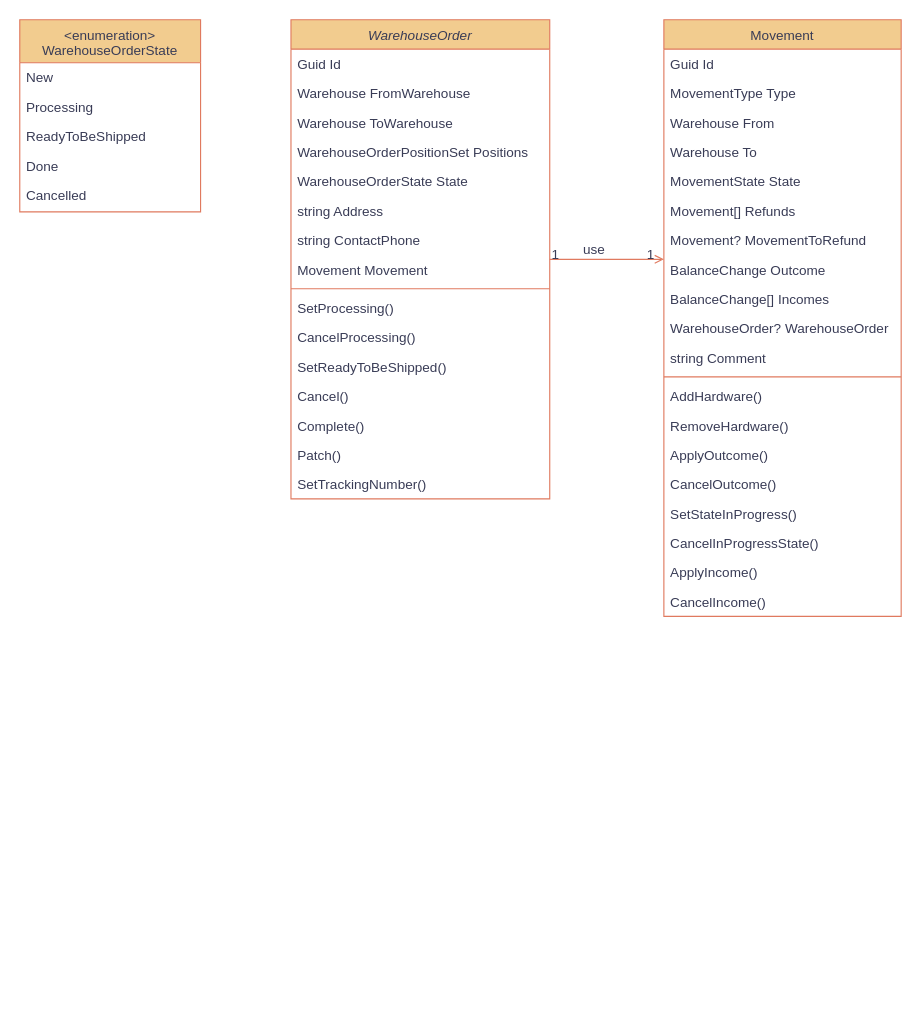
Above: Диаграмма без названия.drawio in Kostey2204/GpsApp (draw.io), before the change. Source tidied: cells renumbered, new cells numbered last; positions are measured from the earlier drawing's top-left corner, leaving out a move shared by most shapes. Both pictures are drawn from the tidied source at 113%, with x=0, y=0 at pixel (19, 19).
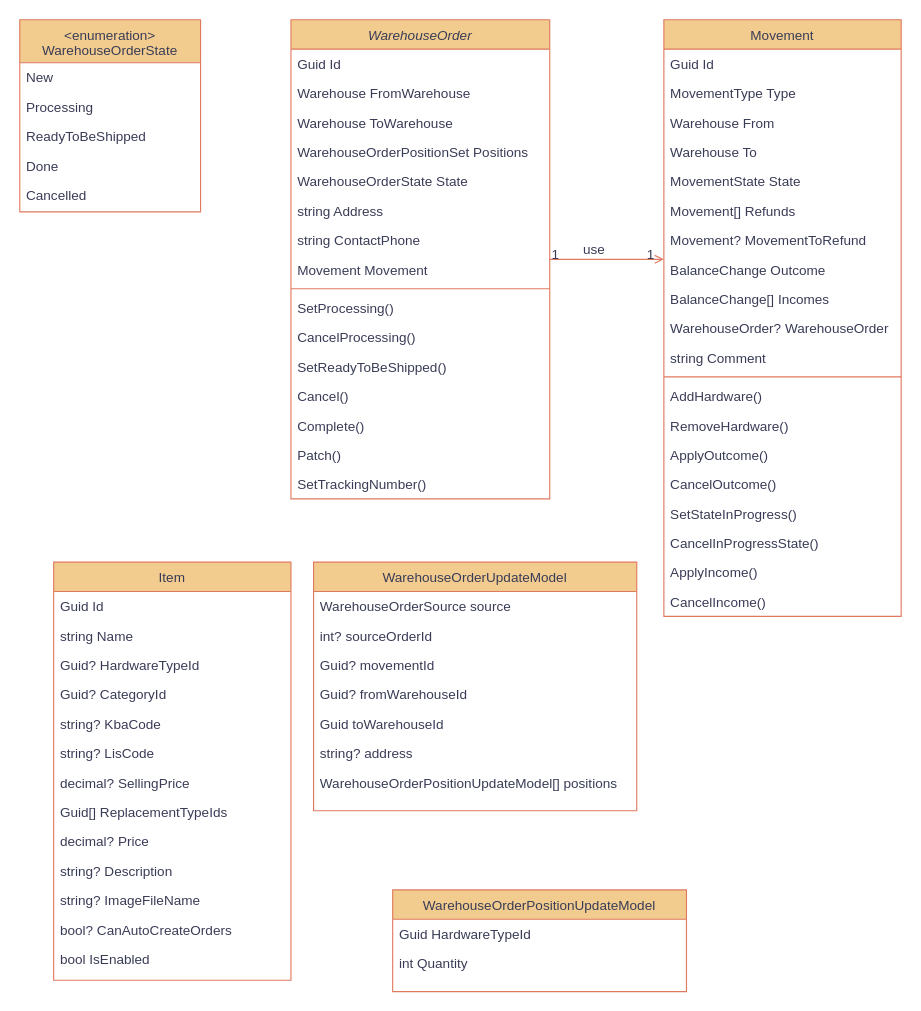
The same page after the edit.

Diff of the diagram source:
```diff
@@
+    <mxCell id="50" value="Item" style="swimlane;fontStyle=0;align=center;verticalAlign=top;horizontal=1;startSize=26;rounded=0;shadow=0;strokeWidth=1;labelBackgroundColor=none;fillColor=#F2CC8F;strokeColor=#E07A5F;fontColor=#393C56;" parent="1" vertex="1">
+      <mxGeometry x="30" y="480" width="210" height="370" as="geometry" />
+    </mxCell>
+    <mxCell id="51" value="Guid Id" style="text;align=left;verticalAlign=top;spacingLeft=4;spacingRight=4;overflow=hidden;labelBackgroundColor=none;fontColor=#393C56;" parent="50" vertex="1">
+      <mxGeometry y="26" width="210" height="26" as="geometry" />
+    </mxCell>
+    <mxCell id="52" value="string Name" style="text;align=left;verticalAlign=top;spacingLeft=4;spacingRight=4;overflow=hidden;rounded=0;shadow=0;html=0;labelBackgroundColor=none;fontColor=#393C56;" parent="50" vertex="1">
+      <mxGeometry y="52" width="210" height="26" as="geometry" />
+    </mxCell>
+    <mxCell id="53" value="Guid? HardwareTypeId" style="text;align=left;verticalAlign=top;spacingLeft=4;spacingRight=4;overflow=hidden;rounded=0;shadow=0;html=0;labelBackgroundColor=none;fontColor=#393C56;" parent="50" vertex="1">
+      <mxGeometry y="78" width="210" height="26" as="geometry" />
+    </mxCell>
+    <mxCell id="54" value="Guid? CategoryId" style="text;align=left;verticalAlign=top;spacingLeft=4;spacingRight=4;overflow=hidden;rounded=0;shadow=0;html=0;labelBackgroundColor=none;fontColor=#393C56;" parent="50" vertex="1">
+      <mxGeometry y="104" width="210" height="26" as="geometry" />
+    </mxCell>
+    <mxCell id="55" value="string? KbaCode" style="text;align=left;verticalAlign=top;spacingLeft=4;spacingRight=4;overflow=hidden;rounded=0;shadow=0;html=0;labelBackgroundColor=none;fontColor=#393C56;" parent="50" vertex="1">
+      <mxGeometry y="130" width="210" height="26" as="geometry" />
+    </mxCell>
+    <mxCell id="56" value="string? LisCode" style="text;align=left;verticalAlign=top;spacingLeft=4;spacingRight=4;overflow=hidden;rounded=0;shadow=0;html=0;labelBackgroundColor=none;fontColor=#393C56;" parent="50" vertex="1">
+      <mxGeometry y="156" width="210" height="26" as="geometry" />
+    </mxCell>
+    <mxCell id="57" value="decimal? SellingPrice" style="text;align=left;verticalAlign=top;spacingLeft=4;spacingRight=4;overflow=hidden;rounded=0;shadow=0;html=0;labelBackgroundColor=none;fontColor=#393C56;" parent="50" vertex="1">
+      <mxGeometry y="182" width="210" height="26" as="geometry" />
+    </mxCell>
+    <mxCell id="58" value="Guid[] ReplacementTypeIds" style="text;align=left;verticalAlign=top;spacingLeft=4;spacingRight=4;overflow=hidden;rounded=0;shadow=0;html=0;labelBackgroundColor=none;fontColor=#393C56;" parent="50" vertex="1">
+      <mxGeometry y="208" width="210" height="26" as="geometry" />
+    </mxCell>
+    <mxCell id="59" value="decimal? Price" style="text;align=left;verticalAlign=top;spacingLeft=4;spacingRight=4;overflow=hidden;rounded=0;shadow=0;html=0;labelBackgroundColor=none;fontColor=#393C56;" parent="50" vertex="1">
+      <mxGeometry y="234" width="210" height="26" as="geometry" />
+    </mxCell>
+    <mxCell id="60" value="string? Description" style="text;align=left;verticalAlign=top;spacingLeft=4;spacingRight=4;overflow=hidden;rounded=0;shadow=0;html=0;labelBackgroundColor=none;fontColor=#393C56;" parent="50" vertex="1">
+      <mxGeometry y="260" width="210" height="26" as="geometry" />
+    </mxCell>
+    <mxCell id="61" value="string? ImageFileName" style="text;align=left;verticalAlign=top;spacingLeft=4;spacingRight=4;overflow=hidden;rounded=0;shadow=0;html=0;labelBackgroundColor=none;fontColor=#393C56;" parent="50" vertex="1">
+      <mxGeometry y="286" width="210" height="26" as="geometry" />
+    </mxCell>
+    <mxCell id="62" value="bool? CanAutoCreateOrders" style="text;align=left;verticalAlign=top;spacingLeft=4;spacingRight=4;overflow=hidden;rounded=0;shadow=0;html=0;labelBackgroundColor=none;fontColor=#393C56;" parent="50" vertex="1">
+      <mxGeometry y="312" width="210" height="26" as="geometry" />
+    </mxCell>
+    <mxCell id="63" value="bool IsEnabled" style="text;align=left;verticalAlign=top;spacingLeft=4;spacingRight=4;overflow=hidden;rounded=0;shadow=0;html=0;labelBackgroundColor=none;fontColor=#393C56;" parent="50" vertex="1">
+      <mxGeometry y="338" width="210" height="26" as="geometry" />
+    </mxCell>
+    <mxCell id="64" value="WarehouseOrderUpdateModel" style="swimlane;fontStyle=0;align=center;verticalAlign=top;horizontal=1;startSize=26;rounded=0;shadow=0;strokeWidth=1;labelBackgroundColor=none;fillColor=#F2CC8F;strokeColor=#E07A5F;fontColor=#393C56;" parent="1" vertex="1">
+      <mxGeometry x="260" y="480" width="286" height="220" as="geometry" />
+    </mxCell>
+    <mxCell id="65" value="WarehouseOrderSource source" style="text;align=left;verticalAlign=top;spacingLeft=4;spacingRight=4;overflow=hidden;labelBackgroundColor=none;fontColor=#393C56;" parent="64" vertex="1">
+      <mxGeometry y="26" width="286" height="26" as="geometry" />
+    </mxCell>
+    <mxCell id="66" value="int? sourceOrderId" style="text;align=left;verticalAlign=top;spacingLeft=4;spacingRight=4;overflow=hidden;rounded=0;shadow=0;html=0;labelBackgroundColor=none;fontColor=#393C56;" parent="64" vertex="1">
+      <mxGeometry y="52" width="286" height="26" as="geometry" />
+    </mxCell>
+    <mxCell id="67" value="Guid? movementId" style="text;align=left;verticalAlign=top;spacingLeft=4;spacingRight=4;overflow=hidden;rounded=0;shadow=0;html=0;labelBackgroundColor=none;fontColor=#393C56;" parent="64" vertex="1">
+      <mxGeometry y="78" width="286" height="26" as="geometry" />
+    </mxCell>
+    <mxCell id="68" value="Guid? fromWarehouseId" style="text;align=left;verticalAlign=top;spacingLeft=4;spacingRight=4;overflow=hidden;rounded=0;shadow=0;html=0;labelBackgroundColor=none;fontColor=#393C56;" parent="64" vertex="1">
+      <mxGeometry y="104" width="286" height="26" as="geometry" />
+    </mxCell>
+    <mxCell id="69" value="Guid toWarehouseId" style="text;align=left;verticalAlign=top;spacingLeft=4;spacingRight=4;overflow=hidden;rounded=0;shadow=0;html=0;labelBackgroundColor=none;fontColor=#393C56;" parent="64" vertex="1">
+      <mxGeometry y="130" width="286" height="26" as="geometry" />
+    </mxCell>
+    <mxCell id="70" value="string? address" style="text;align=left;verticalAlign=top;spacingLeft=4;spacingRight=4;overflow=hidden;rounded=0;shadow=0;html=0;labelBackgroundColor=none;fontColor=#393C56;" parent="64" vertex="1">
+      <mxGeometry y="156" width="286" height="26" as="geometry" />
+    </mxCell>
+    <mxCell id="71" value="WarehouseOrderPositionUpdateModel[] positions" style="text;align=left;verticalAlign=top;spacingLeft=4;spacingRight=4;overflow=hidden;rounded=0;shadow=0;html=0;labelBackgroundColor=none;fontColor=#393C56;" parent="64" vertex="1">
+      <mxGeometry y="182" width="286" height="26" as="geometry" />
+    </mxCell>
+    <mxCell id="72" value="WarehouseOrderPositionUpdateModel" style="swimlane;fontStyle=0;align=center;verticalAlign=top;horizontal=1;startSize=26;rounded=0;shadow=0;strokeWidth=1;labelBackgroundColor=none;fillColor=#F2CC8F;strokeColor=#E07A5F;fontColor=#393C56;" parent="1" vertex="1">
+      <mxGeometry x="330" y="770" width="260" height="90" as="geometry" />
+    </mxCell>
+    <mxCell id="73" value="Guid HardwareTypeId" style="text;align=left;verticalAlign=top;spacingLeft=4;spacingRight=4;overflow=hidden;labelBackgroundColor=none;fontColor=#393C56;" parent="72" vertex="1">
+      <mxGeometry y="26" width="260" height="26" as="geometry" />
+    </mxCell>
+    <mxCell id="74" value="int Quantity" style="text;align=left;verticalAlign=top;spacingLeft=4;spacingRight=4;overflow=hidden;rounded=0;shadow=0;html=0;labelBackgroundColor=none;fontColor=#393C56;" parent="72" vertex="1">
+      <mxGeometry y="52" width="260" height="26" as="geometry" />
+    </mxCell>
```
